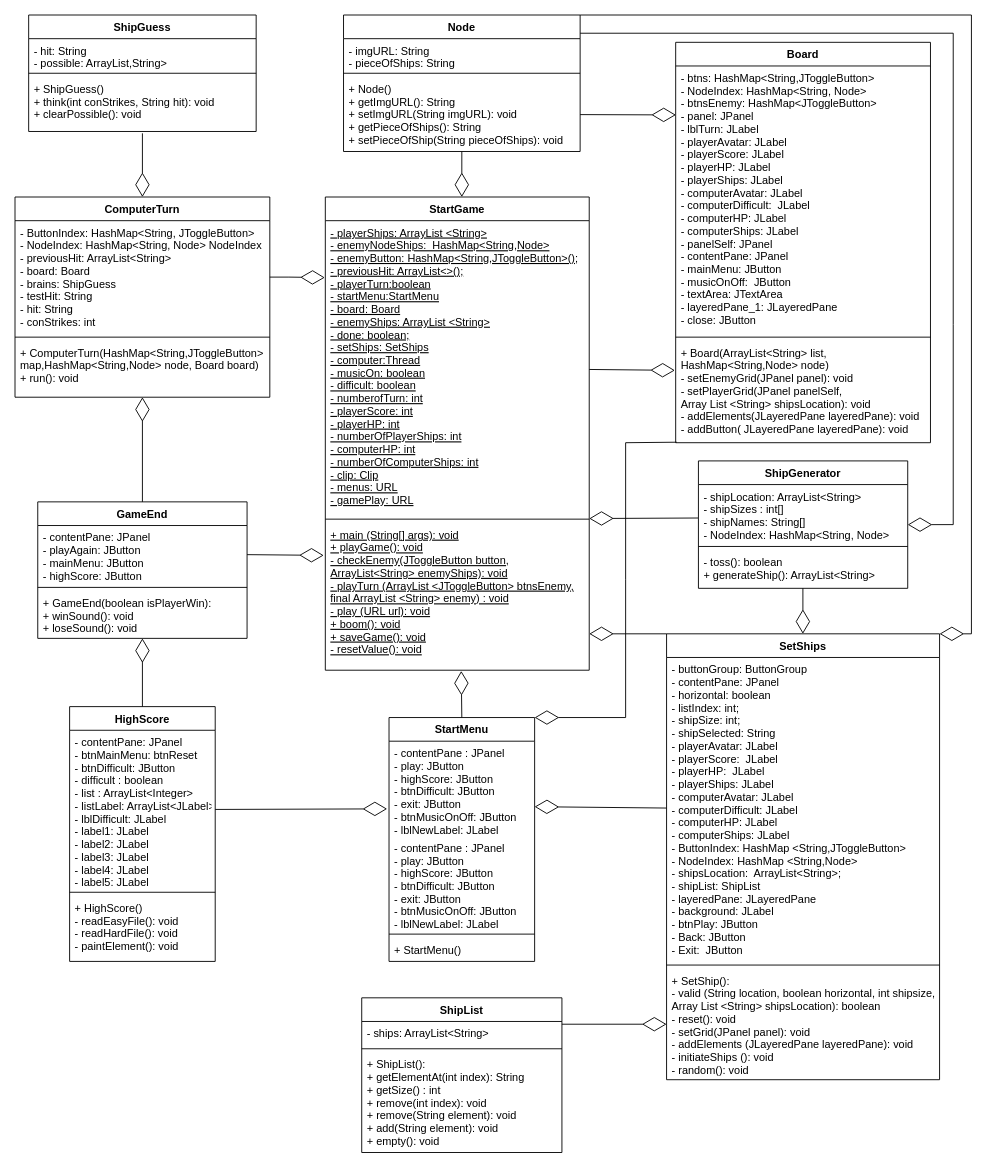
huytruengusi/Battleship-OOP keeps this draw.io diagram as page "UML" (1 of 9) of Untitled Diagram.drawio. Above is the earlier version. Source tidied: cells renumbered, new cells numbered last; positions are measured from the earlier drawing's top-left corner, leaving out a move shared by most shapes. Both pictures are drawn from the tidied source at 91%, with x=0, y=0 at pixel (15, 15).
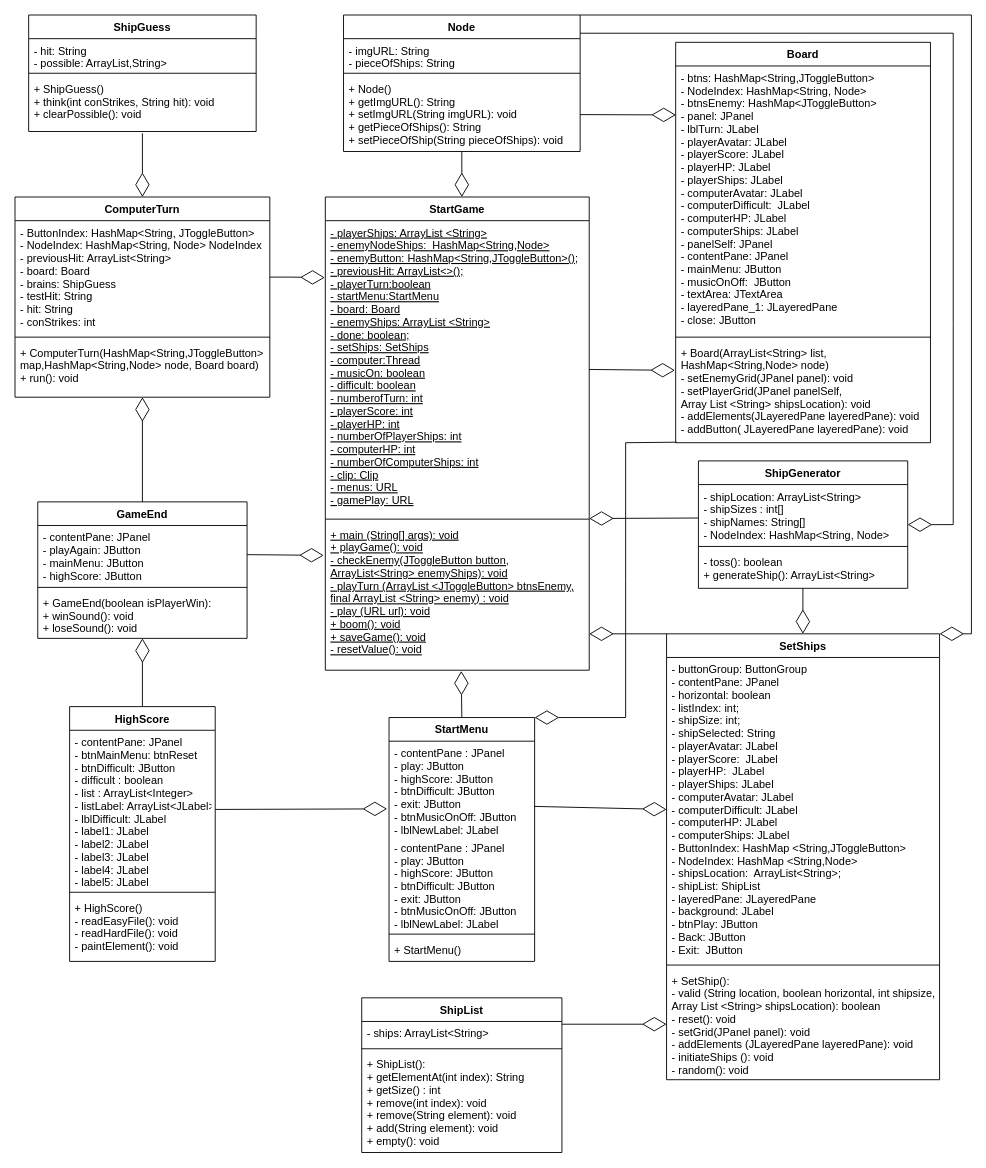
After the change.

Unchanged cells that the change refers to:
```xml
<mxCell id="7" value="- contentPane : JPanel&#10;- play: JButton&#10;- highScore: JButton&#10;- btnDifficult: JButton&#10;- exit: JButton&#10;- btnMusicOnOff: JButton&#10;- lblNewLabel: JLabel" style="text;strokeColor=none;fillColor=none;align=left;verticalAlign=top;spacingLeft=4;spacingRight=4;overflow=hidden;points=[[0,0.5],[1,0.5]];portConstraint=eastwest;" parent="6" vertex="1">
  <mxGeometry y="26" width="160" height="104" as="geometry" />
</mxCell>
<mxCell id="48" value="- buttonGroup: ButtonGroup&#10;- contentPane: JPanel&#10;- horizontal: boolean&#10;- listIndex: int;&#10;- shipSize: int;&#10;- shipSelected: String&#10;- playerAvatar: JLabel&#10;- playerScore:  JLabel&#10;- playerHP:  JLabel&#10;- playerShips: JLabel&#10;- computerAvatar: JLabel&#10;- computerDifficult: JLabel&#10;- computerHP: JLabel&#10;- computerShips: JLabel&#10;- ButtonIndex: HashMap &lt;String,JToggleButton&gt;&#10;- NodeIndex: HashMap &lt;String,Node&gt; &#10;- shipsLocation:  ArrayList&lt;String&gt;;&#10;- shipList: ShipList &#10;- layeredPane: JLayeredPane&#10;- background: JLabel&#10;- btnPlay: JButton&#10;- Back: JButton&#10;- Exit:  JButton" style="text;strokeColor=none;fillColor=none;align=left;verticalAlign=top;spacingLeft=4;spacingRight=4;overflow=hidden;points=[[0,0.5],[1,0.5]];portConstraint=eastwest;" parent="47" vertex="1">
  <mxGeometry y="26" width="300" height="334" as="geometry" />
</mxCell>
```

What changed in the source:
```diff
@@
-    <mxCell id="61" style="endArrow=diamondThin;endFill=0;endSize=24;html=1;rounded=0;" parent="1" edge="1" source="48">
-      <mxGeometry relative="1" as="geometry">
-        <mxPoint x="571" y="870" as="targetPoint" />
-      </mxGeometry>
+    <mxCell id="61" style="endArrow=diamondThin;endFill=0;endSize=24;html=1;rounded=0;exitX=0.996;exitY=0.689;exitDx=0;exitDy=0;entryX=0;entryY=0.5;entryDx=0;entryDy=0;exitPerimeter=0;" parent="1" edge="1" source="7" target="48">
+      <mxGeometry relative="1" as="geometry" />
     </mxCell>
```
